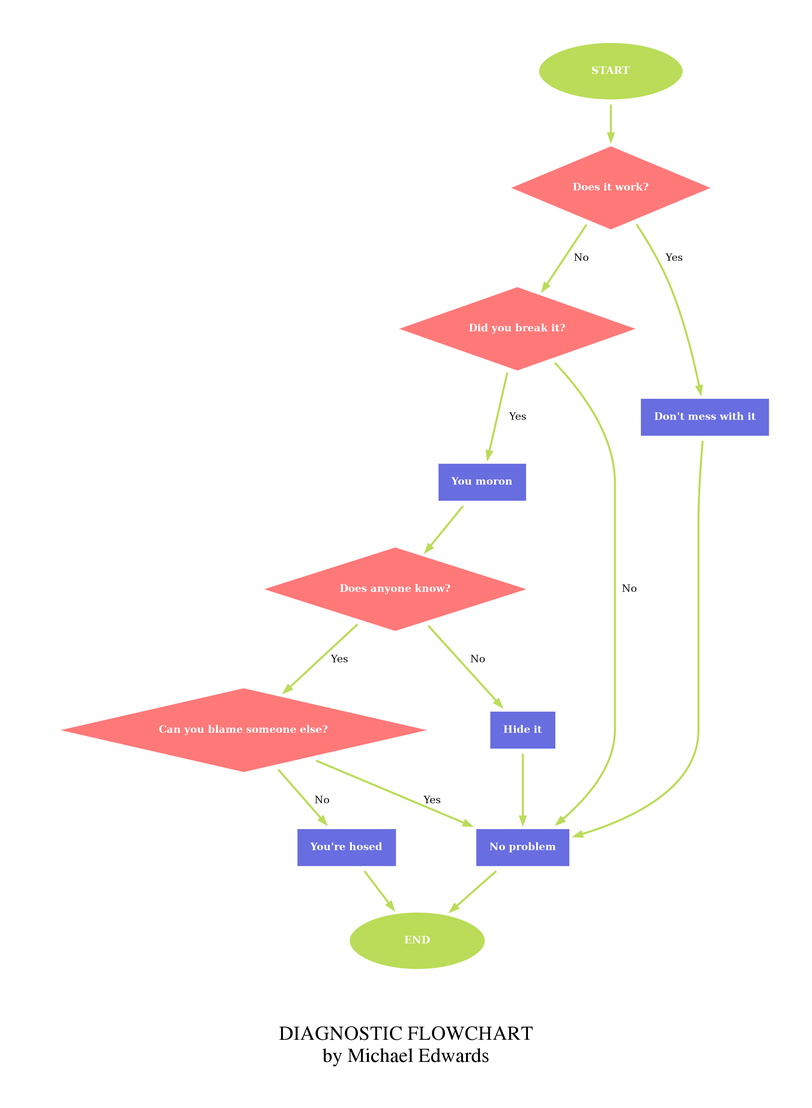
michaeledwards-au/graphviz-flowchart keeps this Graphviz diagram as example/example.png. Above is the earlier version. Its source is kept beside it as example/example.dot.
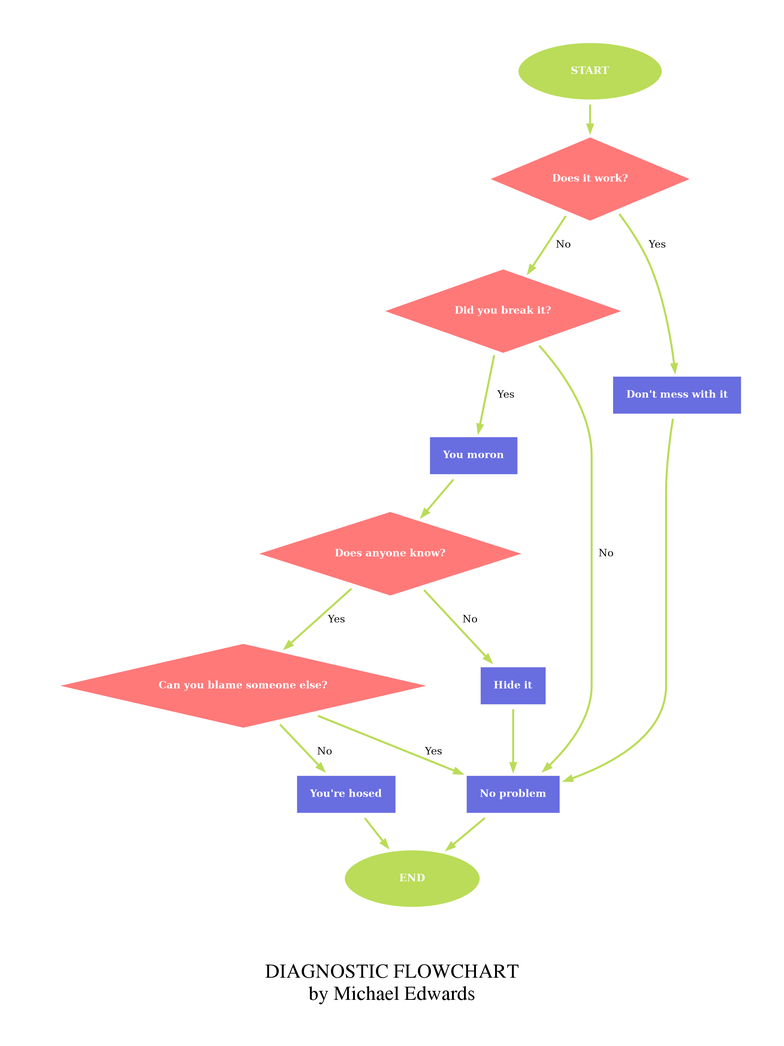
The same diagram one commit later.

The edit, as a diff of the source:
```diff
@@ -1,7 +1,7 @@
 digraph G {
 
   fontsize="40"; label="\n\nDIAGNOSTIC FLOWCHART\nby Michael Edwards";
-  margin="1"; nodesep=1; ranksep=1;
+  margin="1"; nodesep=0.75; ranksep=0.75;
 
 
   node [ fontname="serif bold" penwidth=20 style=filled fontcolor=white color=white fontsize=20 margin=0.5 ];
```
